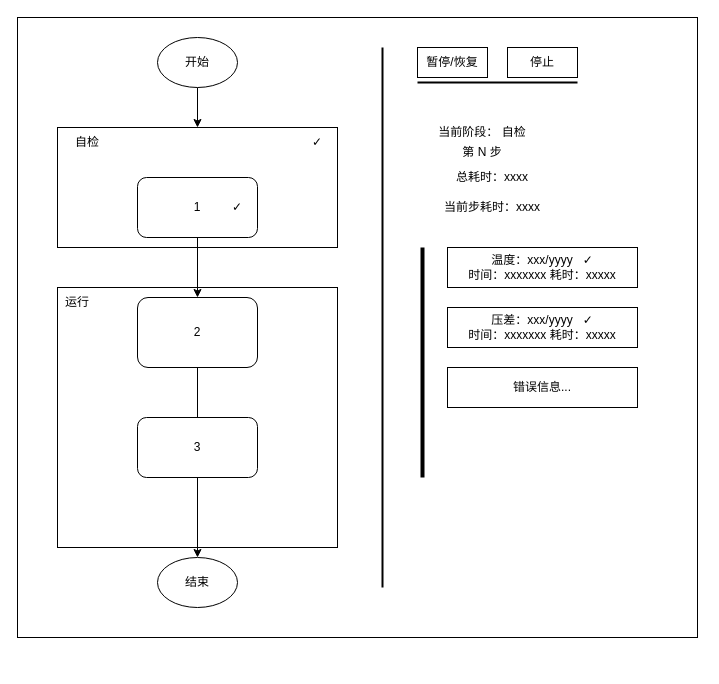
Above: 程序运行监控页面.drawio in liz2m/draw.images (draw.io), before the change. Source tidied: cells renumbered, new cells numbered last; positions are measured from the earlier drawing's top-left corner, leaving out a move shared by most shapes. Both pictures are drawn from the tidied source at 100%, with x=0, y=0 at pixel (17, 17). Pictures stored in the file or linked from it are replaced by grey dashed boxes.
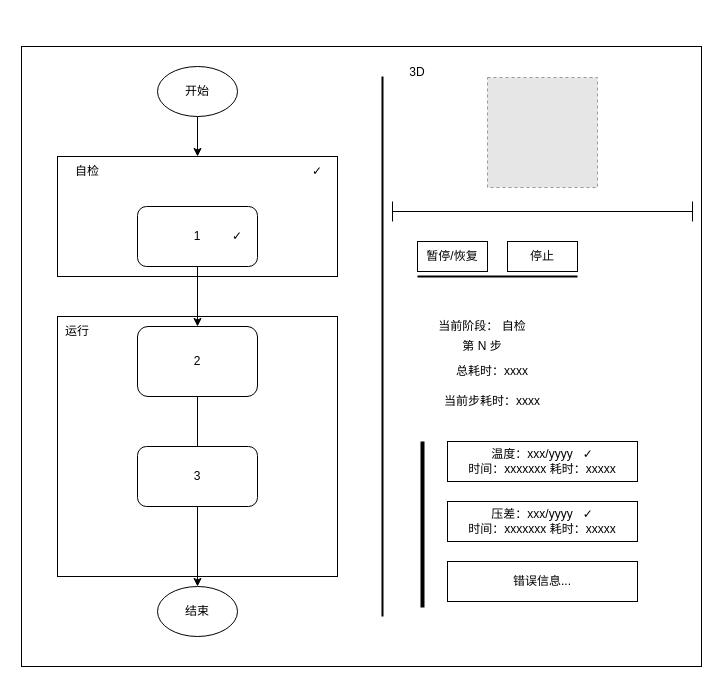
After the change.

Commit message (it also covers changes not shown here):
更新程序运行监控页面.drawio

Change to the diagram source:
```diff
@@
     <mxCell id="2" style="rounded=0;whiteSpace=wrap;html=1;" parent="1" vertex="1">
-      <mxGeometry width="680" height="620" as="geometry" />
+      <mxGeometry x="4" y="29" width="680" height="620" as="geometry" />
     </mxCell>
     <mxCell id="3" style="rounded=0;whiteSpace=wrap;html=1;" parent="1" vertex="1">
-      <mxGeometry x="40" y="270" width="280" height="260" as="geometry" />
+      <mxGeometry x="40" y="299" width="280" height="260" as="geometry" />
     </mxCell>
     <mxCell id="4" style="rounded=0;whiteSpace=wrap;html=1;" parent="1" vertex="1">
-      <mxGeometry x="40" y="110" width="280" height="120" as="geometry" />
+      <mxGeometry x="40" y="139" width="280" height="120" as="geometry" />
     </mxCell>
@@
     <mxCell id="6" value="1" style="rounded=1;whiteSpace=wrap;html=1;" parent="1" vertex="1">
-      <mxGeometry x="120" y="160" width="120" height="60" as="geometry" />
+      <mxGeometry x="120" y="189" width="120" height="60" as="geometry" />
     </mxCell>
     <mxCell id="7" value="温度：xxx/yyyy&amp;nbsp; &amp;nbsp;✓&lt;br&gt;时间：xxxxxxx 耗时：xxxxx" style="rounded=0;whiteSpace=wrap;html=1;" parent="1" vertex="1">
-      <mxGeometry x="430" y="230" width="190" height="40" as="geometry" />
+      <mxGeometry x="430" y="424" width="190" height="40" as="geometry" />
     </mxCell>
@@
     <mxCell id="9" value="2" style="rounded=1;whiteSpace=wrap;html=1;" parent="1" vertex="1">
-      <mxGeometry x="120" y="280" width="120" height="70" as="geometry" />
+      <mxGeometry x="120" y="309" width="120" height="70" as="geometry" />
     </mxCell>
     <mxCell id="10" value="压差：xxx/yyyy&amp;nbsp; &amp;nbsp;✓&lt;br&gt;时间：xxxxxxx 耗时：xxxxx" style="rounded=0;whiteSpace=wrap;html=1;" parent="1" vertex="1">
-      <mxGeometry x="430" y="290" width="190" height="40" as="geometry" />
+      <mxGeometry x="430" y="484" width="190" height="40" as="geometry" />
     </mxCell>
     <mxCell id="11" value="3" style="rounded=1;whiteSpace=wrap;html=1;" parent="1" vertex="1">
-      <mxGeometry x="120" y="400" width="120" height="60" as="geometry" />
+      <mxGeometry x="120" y="429" width="120" height="60" as="geometry" />
     </mxCell>
     <mxCell id="12" value="自检" style="text;html=1;align=center;verticalAlign=middle;whiteSpace=wrap;rounded=0;" parent="1" vertex="1">
-      <mxGeometry x="40" y="110" width="60" height="30" as="geometry" />
+      <mxGeometry x="40" y="139" width="60" height="30" as="geometry" />
     </mxCell>
@@
     <mxCell id="14" value="开始" style="ellipse;whiteSpace=wrap;html=1;" parent="1" vertex="1">
-      <mxGeometry x="140" y="20" width="80" height="50" as="geometry" />
+      <mxGeometry x="140" y="49" width="80" height="50" as="geometry" />
     </mxCell>
     <mxCell id="15" style="line;strokeWidth=2;direction=south;html=1;" parent="1" vertex="1">
-      <mxGeometry x="360" y="30" width="10" height="540" as="geometry" />
+      <mxGeometry x="360" y="59" width="10" height="540" as="geometry" />
     </mxCell>
     <mxCell id="16" style="line;strokeWidth=2;html=1;" parent="1" vertex="1">
-      <mxGeometry x="400" y="60" width="160" height="10" as="geometry" />
+      <mxGeometry x="400" y="254" width="160" height="10" as="geometry" />
     </mxCell>
     <mxCell id="17" value="暂停/恢复" style="rounded=0;whiteSpace=wrap;html=1;" parent="1" vertex="1">
-      <mxGeometry x="400" y="30" width="70" height="30" as="geometry" />
+      <mxGeometry x="400" y="224" width="70" height="30" as="geometry" />
     </mxCell>
     <mxCell id="18" value="停止" style="rounded=0;whiteSpace=wrap;html=1;" parent="1" vertex="1">
-      <mxGeometry x="490" y="30" width="70" height="30" as="geometry" />
+      <mxGeometry x="490" y="224" width="70" height="30" as="geometry" />
     </mxCell>
     <mxCell id="19" value="运行" style="text;html=1;align=center;verticalAlign=middle;whiteSpace=wrap;rounded=0;" parent="1" vertex="1">
-      <mxGeometry x="30" y="270" width="60" height="30" as="geometry" />
+      <mxGeometry x="30" y="299" width="60" height="30" as="geometry" />
     </mxCell>
     <mxCell id="20" style="line;strokeWidth=4;direction=south;html=1;perimeter=backbonePerimeter;" parent="1" vertex="1">
-      <mxGeometry x="400" y="230" width="10" height="230" as="geometry" />
+      <mxGeometry x="400" y="424" width="10" height="166" as="geometry" />
     </mxCell>
     <mxCell id="21" value="当前阶段： 自检" style="text;html=1;align=center;verticalAlign=middle;whiteSpace=wrap;rounded=0;" parent="1" vertex="1">
-      <mxGeometry x="400" y="100" width="130" height="30" as="geometry" />
+      <mxGeometry x="400" y="294" width="130" height="30" as="geometry" />
     </mxCell>
     <mxCell id="22" value="第 N 步" style="text;html=1;align=center;verticalAlign=middle;whiteSpace=wrap;rounded=0;" parent="1" vertex="1">
-      <mxGeometry x="400" y="120" width="130" height="30" as="geometry" />
+      <mxGeometry x="400" y="314" width="130" height="30" as="geometry" />
     </mxCell>
     <mxCell id="23" value="总耗时：xxxx" style="text;html=1;align=center;verticalAlign=middle;whiteSpace=wrap;rounded=0;" parent="1" vertex="1">
-      <mxGeometry x="410" y="145" width="130" height="30" as="geometry" />
+      <mxGeometry x="410" y="339" width="130" height="30" as="geometry" />
     </mxCell>
     <mxCell id="24" value="当前步耗时：xxxx" style="text;html=1;align=center;verticalAlign=middle;whiteSpace=wrap;rounded=0;" parent="1" vertex="1">
-      <mxGeometry x="410" y="175" width="130" height="30" as="geometry" />
+      <mxGeometry x="410" y="369" width="130" height="30" as="geometry" />
     </mxCell>
     <mxCell id="25" value="✓" style="text;html=1;align=center;verticalAlign=middle;whiteSpace=wrap;rounded=0;" parent="1" vertex="1">
-      <mxGeometry x="190" y="175" width="60" height="30" as="geometry" />
+      <mxGeometry x="190" y="204" width="60" height="30" as="geometry" />
     </mxCell>
     <mxCell id="26" value="✓" style="text;html=1;align=center;verticalAlign=middle;whiteSpace=wrap;rounded=0;" parent="1" vertex="1">
-      <mxGeometry x="270" y="110" width="60" height="30" as="geometry" />
+      <mxGeometry x="270" y="139" width="60" height="30" as="geometry" />
     </mxCell>
     <mxCell id="27" value="结束" style="ellipse;whiteSpace=wrap;html=1;" parent="1" vertex="1">
-      <mxGeometry x="140" y="540" width="80" height="50" as="geometry" />
+      <mxGeometry x="140" y="569" width="80" height="50" as="geometry" />
     </mxCell>
     <mxCell id="28" value="错误信息..." style="rounded=0;whiteSpace=wrap;html=1;" parent="1" vertex="1">
-      <mxGeometry x="430" y="350" width="190" height="40" as="geometry" />
+      <mxGeometry x="430" y="544" width="190" height="40" as="geometry" />
     </mxCell>
+    <mxCell id="29" style="shape=crossbar;whiteSpace=wrap;html=1;rounded=1;" parent="1" vertex="1">
+      <mxGeometry x="375" y="184" width="300" height="20" as="geometry" />
+    </mxCell>
+    <mxCell id="30" style="fillColor=#E6E6E6;strokeColor=#999999;dashed=1;html=1;verticalAlign=top;verticalLabelPosition=bottom;labelBackgroundColor=#ffffff;" parent="1" vertex="1">
+      <mxGeometry x="470" y="60" width="110" height="110" as="geometry" />
+    </mxCell>
+    <mxCell id="31" value="3D" style="text;html=1;align=center;verticalAlign=middle;whiteSpace=wrap;rounded=0;" parent="1" vertex="1">
+      <mxGeometry x="370" y="40" width="60" height="30" as="geometry" />
+    </mxCell>
```
